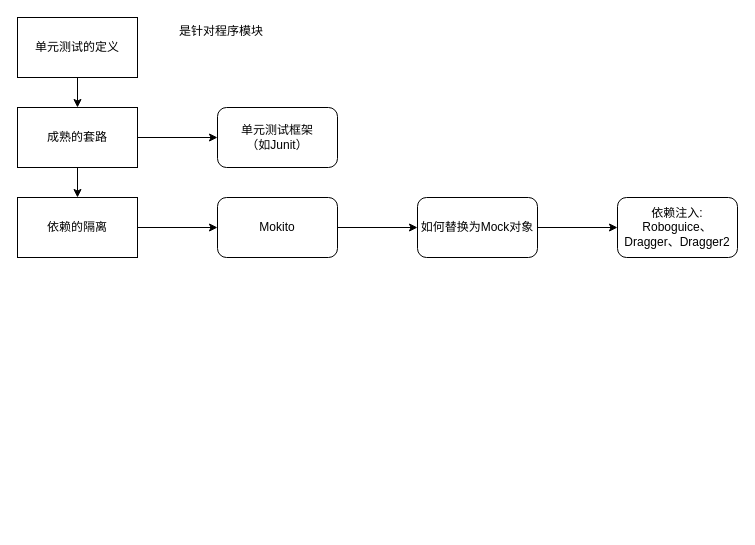
walkwall/drawing keeps this draw.io diagram as 单元测试.drawio. Above is the earlier version. Source tidied: cells renumbered, new cells numbered last; positions are measured from the earlier drawing's top-left corner, leaving out a move shared by most shapes. Both pictures are drawn from the tidied source at 100%, with x=0, y=0 at pixel (17, 17).
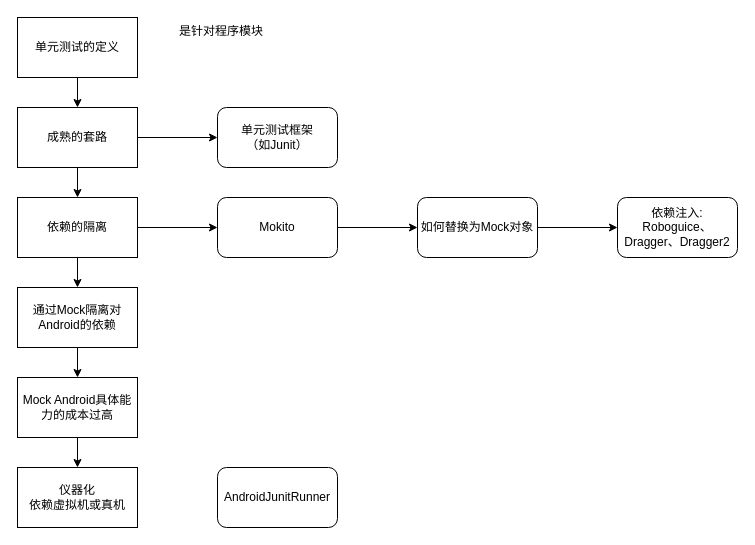
The same page after the edit.

The change refers to these unchanged cells:
```xml
<mxCell id="8" value="依赖的隔离&lt;br&gt;" style="rounded=0;whiteSpace=wrap;html=1;" parent="1" vertex="1">
  <mxGeometry y="180" width="120" height="60" as="geometry" />
</mxCell>
```

The edit, as a diff of the source:
```diff
@@
+    <mxCell id="16" style="edgeStyle=orthogonalEdgeStyle;rounded=0;jettySize=auto;html=1;" parent="1" edge="1" source="8" target="18">
+      <mxGeometry relative="1" as="geometry" />
+    </mxCell>
@@
+    <mxCell id="17" style="edgeStyle=orthogonalEdgeStyle;rounded=0;jettySize=auto;html=1;" parent="1" edge="1" source="18" target="20">
+      <mxGeometry relative="1" as="geometry" />
+    </mxCell>
+    <mxCell id="18" value="通过Mock隔离对Android的依赖" style="rounded=0;whiteSpace=wrap;html=1;" parent="1" vertex="1">
+      <mxGeometry y="270" width="120" height="60" as="geometry" />
+    </mxCell>
+    <mxCell id="19" style="edgeStyle=orthogonalEdgeStyle;rounded=0;jettySize=auto;html=1;" parent="1" edge="1" source="20" target="21">
+      <mxGeometry relative="1" as="geometry" />
+    </mxCell>
+    <mxCell id="20" value="Mock Android具体能力的成本过高&lt;br&gt;" style="rounded=0;whiteSpace=wrap;html=1;" parent="1" vertex="1">
+      <mxGeometry y="360" width="120" height="60" as="geometry" />
+    </mxCell>
+    <mxCell id="21" value="仪器化&lt;br&gt;依赖虚拟机或真机&lt;br&gt;" style="rounded=0;whiteSpace=wrap;html=1;" parent="1" vertex="1">
+      <mxGeometry y="450" width="120" height="60" as="geometry" />
+    </mxCell>
@@
+    <mxCell id="22" value="AndroidJunitRunner&lt;br&gt;" style="rounded=1;whiteSpace=wrap;html=1;align=center;" parent="1" vertex="1">
+      <mxGeometry x="200" y="450" width="120" height="60" as="geometry" />
+    </mxCell>
```
